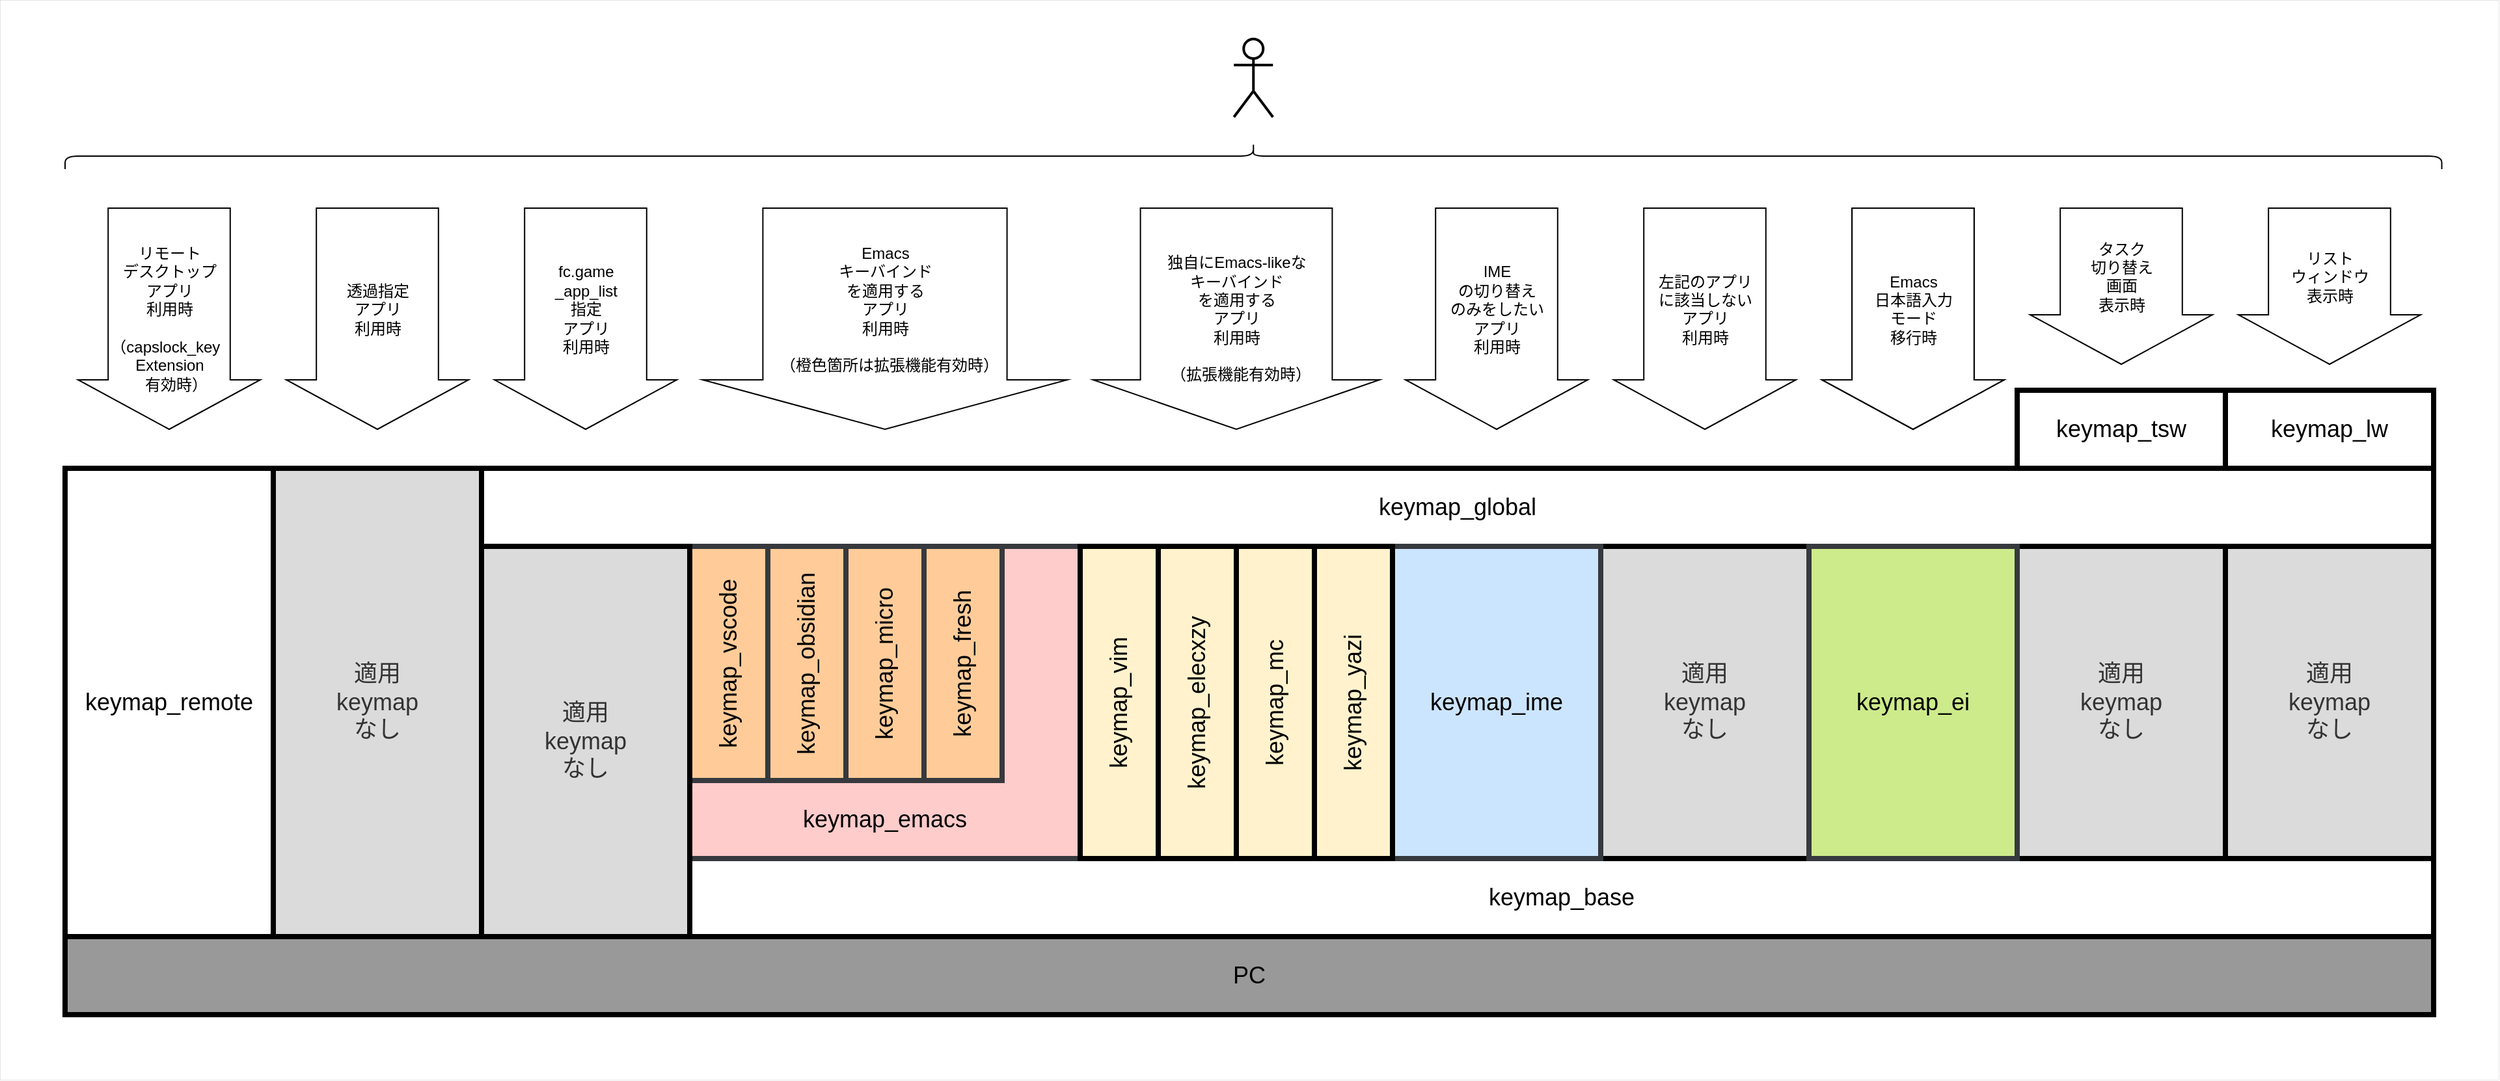
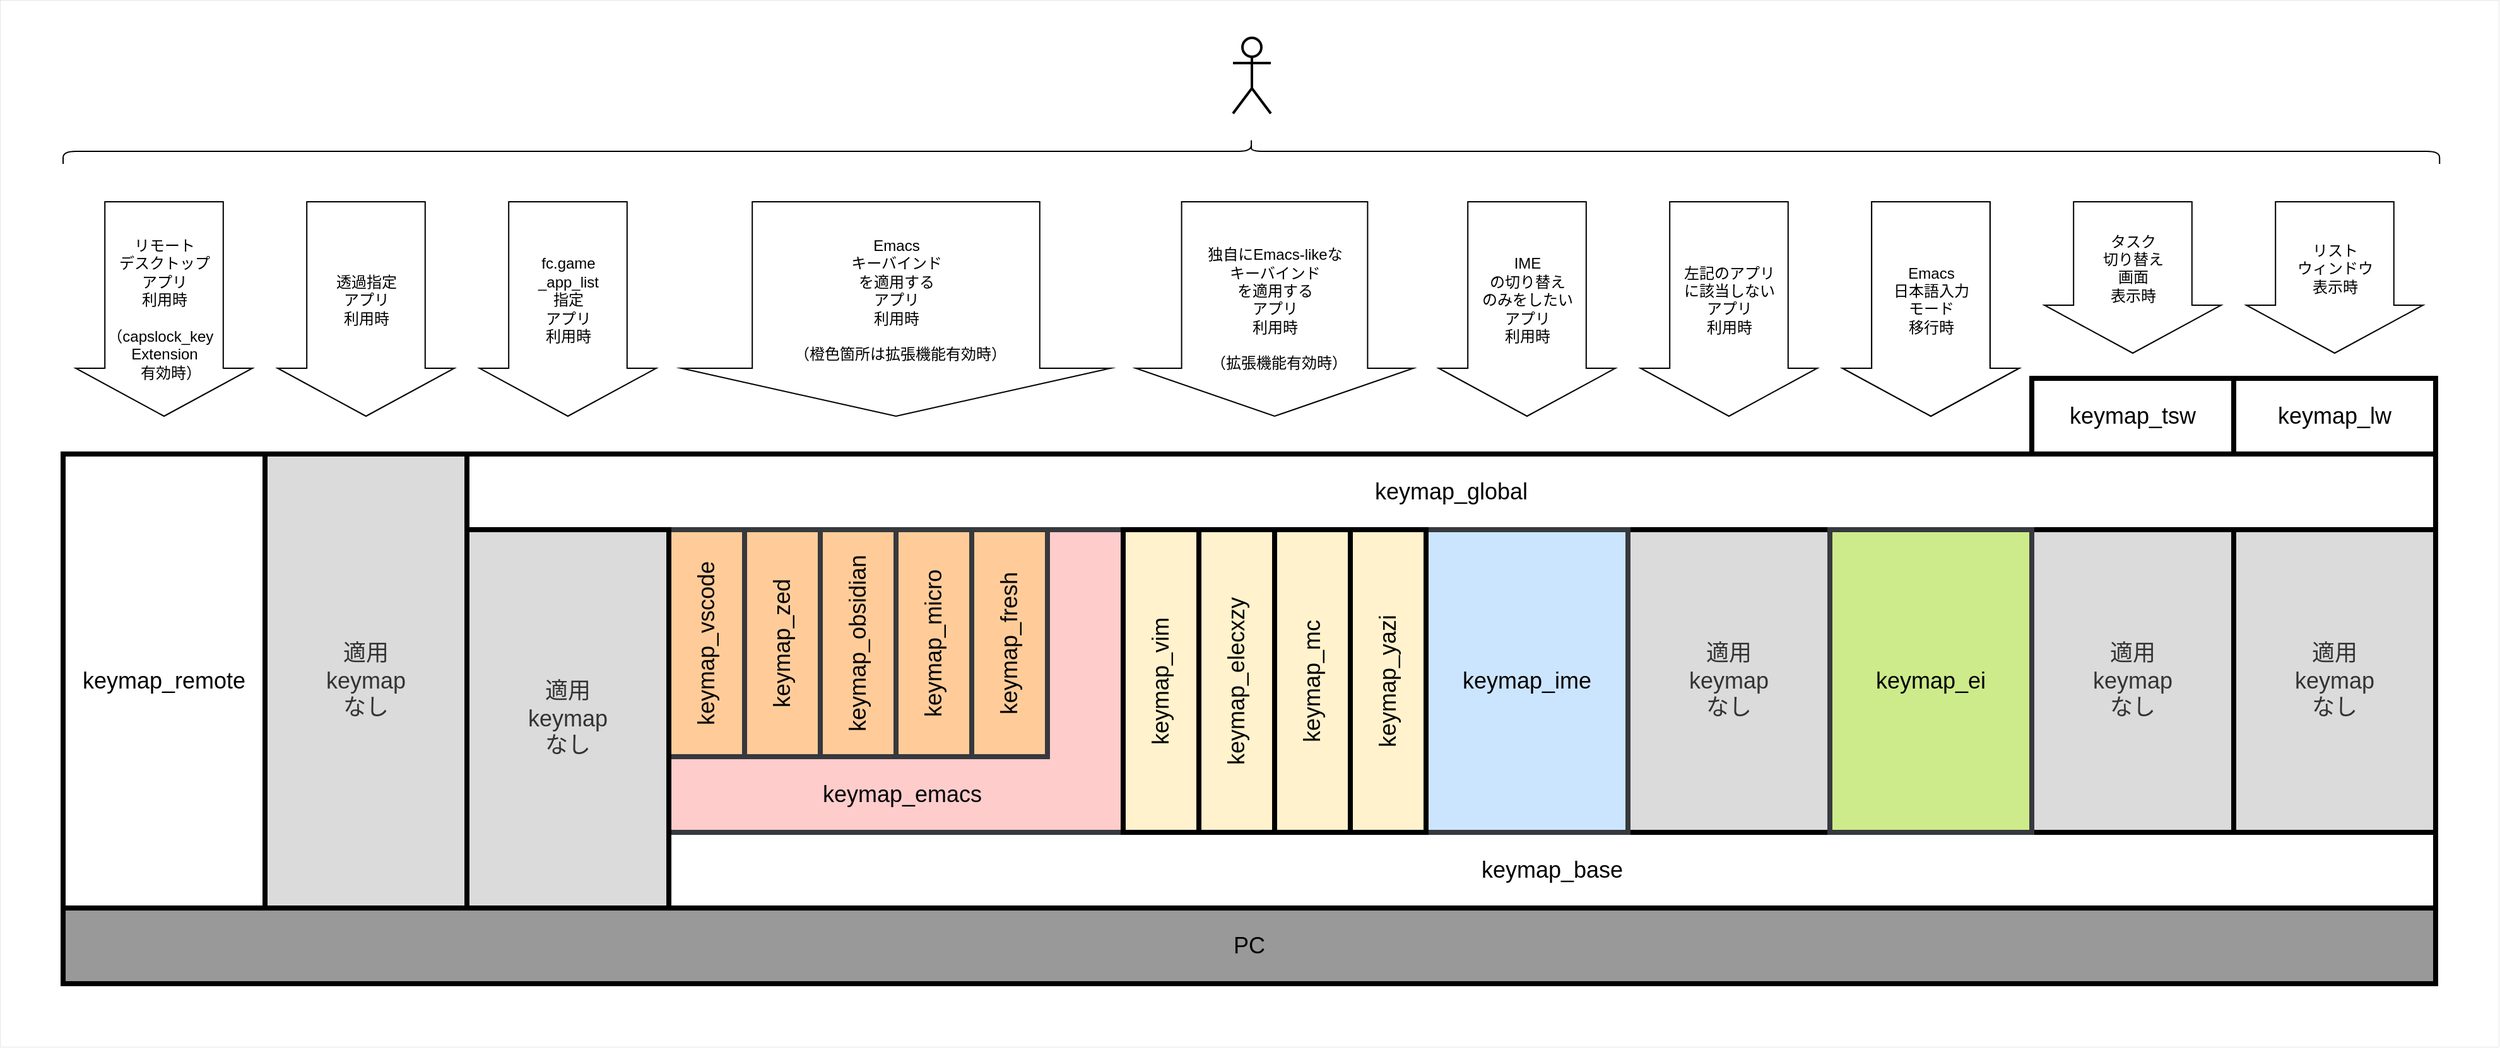
<mxfile host="Electron" agent="Mozilla/5.0 (Windows NT 10.0; Win64; x64) AppleWebKit/537.36 (KHTML, like Gecko) draw.io/29.6.1 Chrome/142.0.7444.265 Electron/39.8.0 Safari/537.36" version="29.6.1">
  <diagram name="ページ1" id="5GmA5azT59qMRVNA7XrL">
-     <mxGraphModel dx="2243" dy="624" grid="1" gridSize="10" guides="1" tooltips="1" connect="1" arrows="1" fold="1" page="1" pageScale="1" pageWidth="1169" pageHeight="827" math="0" shadow="0">
+     <mxGraphModel dx="3707" dy="1475" grid="1" gridSize="10" guides="1" tooltips="1" connect="1" arrows="1" fold="1" page="1" pageScale="1" pageWidth="1169" pageHeight="827" math="0" shadow="0">
      <root>
        <mxCell id="0" />
        <mxCell id="1" parent="0" />
        <mxCell id="R3ex-nuZuo4BqBKcZroz-3" parent="1" style="rounded=0;whiteSpace=wrap;html=1;strokeWidth=0;" value="" vertex="1">
-           <mxGeometry height="830" width="1920" x="-1120" y="80" as="geometry" />
+           <mxGeometry height="830" width="1980" x="-1120" y="80" as="geometry" />
        </mxCell>
        <mxCell id="ZNUdISC1LJWlkmwr6NwV-11" parent="1" style="rounded=0;whiteSpace=wrap;html=1;strokeWidth=4;fontSize=18;fillColor=#dbdbdb;fontColor=#333333;strokeColor=#000000;" value="適用&lt;br style=&quot;font-size: 18px;&quot;&gt;keymap&lt;br style=&quot;font-size: 18px;&quot;&gt;なし" vertex="1">
-           <mxGeometry height="240" width="160" x="110" y="500" as="geometry" />
+           <mxGeometry height="240" width="160" x="170" y="500" as="geometry" />
        </mxCell>
        <mxCell id="8uGnQqRoo8XHkAc7qmPf-10" parent="1" style="rounded=0;whiteSpace=wrap;html=1;strokeWidth=4;align=center;" value="&lt;font style=&quot;font-size: 18px;&quot;&gt;keymap_global&lt;br&gt;&lt;/font&gt;" vertex="1">
-           <mxGeometry height="60" width="1500" x="-750" y="440" as="geometry" />
+           <mxGeometry height="60" width="1560" x="-750" y="440" as="geometry" />
        </mxCell>
        <mxCell id="8uGnQqRoo8XHkAc7qmPf-1" parent="1" style="rounded=0;whiteSpace=wrap;html=1;strokeWidth=4;" value="&lt;font style=&quot;font-size: 18px;&quot;&gt;keymap_base&lt;/font&gt;" vertex="1">
-           <mxGeometry height="60" width="1340" x="-590" y="740" as="geometry" />
+           <mxGeometry height="60" width="1400" x="-590" y="740" as="geometry" />
        </mxCell>
        <mxCell id="8uGnQqRoo8XHkAc7qmPf-2" parent="1" style="rounded=0;whiteSpace=wrap;html=1;strokeWidth=4;fillColor=#ffcccc;strokeColor=#36393d;" value="&lt;div&gt;&lt;span style=&quot;background-color: transparent; color: light-dark(rgb(0, 0, 0), rgb(255, 255, 255)); font-size: 18px;&quot;&gt;&lt;br&gt;&lt;/span&gt;&lt;/div&gt;&lt;div&gt;&lt;span style=&quot;background-color: transparent; color: light-dark(rgb(0, 0, 0), rgb(255, 255, 255)); font-size: 18px;&quot;&gt;&lt;br&gt;&lt;/span&gt;&lt;/div&gt;&lt;div&gt;&lt;span style=&quot;background-color: transparent; color: light-dark(rgb(0, 0, 0), rgb(255, 255, 255)); font-size: 18px;&quot;&gt;&lt;br&gt;&lt;/span&gt;&lt;/div&gt;&lt;div&gt;&lt;span style=&quot;background-color: transparent; color: light-dark(rgb(0, 0, 0), rgb(255, 255, 255)); font-size: 18px;&quot;&gt;&lt;br&gt;&lt;/span&gt;&lt;/div&gt;&lt;div&gt;&lt;span style=&quot;background-color: transparent; color: light-dark(rgb(0, 0, 0), rgb(255, 255, 255)); font-size: 18px;&quot;&gt;&lt;br&gt;&lt;/span&gt;&lt;/div&gt;&lt;div&gt;&lt;span style=&quot;background-color: transparent; color: light-dark(rgb(0, 0, 0), rgb(255, 255, 255)); font-size: 18px;&quot;&gt;&lt;br&gt;&lt;/span&gt;&lt;/div&gt;&lt;div&gt;&lt;font style=&quot;font-size: 24px;&quot;&gt;&lt;br&gt;&lt;/font&gt;&lt;/div&gt;&lt;div&gt;&lt;span style=&quot;background-color: transparent; color: light-dark(rgb(0, 0, 0), rgb(255, 255, 255)); font-size: 18px;&quot;&gt;&lt;br&gt;&lt;/span&gt;&lt;/div&gt;&lt;div&gt;&lt;span style=&quot;background-color: transparent; color: light-dark(rgb(0, 0, 0), rgb(255, 255, 255)); font-size: 18px;&quot;&gt;keymap_emacs&lt;/span&gt;&lt;/div&gt;" vertex="1">
-           <mxGeometry height="240" width="300" x="-590" y="500" as="geometry" />
+           <mxGeometry height="240" width="370" x="-590" y="500" as="geometry" />
        </mxCell>
        <mxCell id="8uGnQqRoo8XHkAc7qmPf-4" parent="1" style="rounded=0;whiteSpace=wrap;html=1;strokeWidth=4;fillColor=#cce5ff;strokeColor=#36393d;" value="&lt;font style=&quot;font-size: 18px;&quot;&gt;keymap_ime&lt;/font&gt;" vertex="1">
-           <mxGeometry height="240" width="160" x="-50" y="500" as="geometry" />
+           <mxGeometry height="240" width="160" x="10" y="500" as="geometry" />
        </mxCell>
        <mxCell id="8uGnQqRoo8XHkAc7qmPf-7" parent="1" style="rounded=0;whiteSpace=wrap;html=1;strokeWidth=4;" value="&lt;font style=&quot;font-size: 18px;&quot;&gt;keymap_tsw&lt;/font&gt;" vertex="1">
-           <mxGeometry height="60" width="160" x="430" y="380" as="geometry" />
+           <mxGeometry height="60" width="160" x="490" y="380" as="geometry" />
        </mxCell>
        <mxCell id="8uGnQqRoo8XHkAc7qmPf-8" parent="1" style="rounded=0;whiteSpace=wrap;html=1;strokeWidth=4;" value="&lt;font style=&quot;font-size: 18px;&quot;&gt;keymap_lw&lt;/font&gt;" vertex="1">
-           <mxGeometry height="60" width="160" x="590" y="380" as="geometry" />
+           <mxGeometry height="60" width="160" x="650" y="380" as="geometry" />
        </mxCell>
        <mxCell id="8uGnQqRoo8XHkAc7qmPf-9" parent="1" style="rounded=0;whiteSpace=wrap;html=1;strokeWidth=4;fillColor=#ffcc99;strokeColor=#36393d;direction=west;container=0;verticalAlign=middle;flipV=0;rotation=-90;" value="&lt;font style=&quot;font-size: 18px;&quot;&gt;keymap_vscode&lt;/font&gt;" vertex="1">
          <mxGeometry height="60" width="180" x="-650" y="560" as="geometry" />
        </mxCell>
        <mxCell id="8uGnQqRoo8XHkAc7qmPf-16" parent="1" style="html=1;shadow=0;dashed=0;align=center;verticalAlign=middle;shape=mxgraph.arrows2.arrow;dy=0.33;dx=38;direction=south;notch=0;strokeWidth=1;" value="リスト&lt;br&gt;ウィンドウ&lt;br&gt;表示時&lt;br&gt;　" vertex="1">
-           <mxGeometry height="120" width="140" x="600" y="240" as="geometry" />
+           <mxGeometry height="120" width="140" x="660" y="240" as="geometry" />
        </mxCell>
        <mxCell id="8uGnQqRoo8XHkAc7qmPf-17" parent="1" style="html=1;shadow=0;dashed=0;align=center;verticalAlign=middle;shape=mxgraph.arrows2.arrow;dy=0.33;dx=38;direction=south;notch=0;strokeWidth=1;" value="タスク&lt;br&gt;切り替え&lt;br&gt;画面&lt;br&gt;表示時&lt;br&gt;　" vertex="1">
-           <mxGeometry height="120" width="140" x="440" y="240" as="geometry" />
+           <mxGeometry height="120" width="140" x="500" y="240" as="geometry" />
        </mxCell>
        <mxCell id="NDCZV5FXc2qCAnFAwnTU-1" parent="1" style="shape=curlyBracket;whiteSpace=wrap;html=1;rounded=1;flipH=1;labelPosition=right;verticalLabelPosition=middle;align=left;verticalAlign=middle;rotation=-90;" value="" vertex="1">
-           <mxGeometry height="1826.25" width="20" x="-166.87" y="-713.12" as="geometry" />
+           <mxGeometry height="1883.12" width="20" x="-138.44" y="-741.55" as="geometry" />
        </mxCell>
        <mxCell id="y4j9JO9H34aeiVaLA8et-1" parent="1" style="rounded=0;whiteSpace=wrap;html=1;strokeWidth=4;fontSize=18;fillColor=#dbdbdb;fontColor=#333333;strokeColor=#000000;" value="適用&lt;br style=&quot;font-size: 18px;&quot;&gt;keymap&lt;br style=&quot;font-size: 18px;&quot;&gt;なし" vertex="1">
-           <mxGeometry height="240" width="160" x="430" y="500" as="geometry" />
+           <mxGeometry height="240" width="160" x="490" y="500" as="geometry" />
        </mxCell>
        <mxCell id="y4j9JO9H34aeiVaLA8et-2" parent="1" style="rounded=0;whiteSpace=wrap;html=1;strokeWidth=4;fontSize=18;fillColor=#dbdbdb;fontColor=#333333;strokeColor=#000000;" value="適用&lt;br style=&quot;font-size: 18px;&quot;&gt;keymap&lt;br style=&quot;font-size: 18px;&quot;&gt;なし" vertex="1">
-           <mxGeometry height="240" width="160" x="590" y="500" as="geometry" />
+           <mxGeometry height="240" width="160" x="650" y="500" as="geometry" />
        </mxCell>
        <mxCell id="lBYjtZXbLTm1N8DoIs26-1" parent="1" style="rounded=0;whiteSpace=wrap;html=1;strokeWidth=4;fontSize=18;" value="keymap_remote" vertex="1">
          <mxGeometry height="360" width="160" x="-1070" y="440" as="geometry" />
        </mxCell>
        <mxCell id="lBYjtZXbLTm1N8DoIs26-3" parent="1" style="shape=umlActor;verticalLabelPosition=bottom;verticalAlign=top;html=1;strokeWidth=2;" value="" vertex="1">
-           <mxGeometry height="60" width="30" x="-171.87" y="110" as="geometry" />
+           <mxGeometry height="60" width="30" x="-143" y="110" as="geometry" />
        </mxCell>
        <mxCell id="8uGnQqRoo8XHkAc7qmPf-6" parent="1" style="rounded=0;whiteSpace=wrap;html=1;strokeWidth=4;fillColor=#cdeb8b;strokeColor=#36393d;" value="&lt;font style=&quot;font-size: 18px;&quot;&gt;keymap_ei&lt;/font&gt;" vertex="1">
-           <mxGeometry height="240" width="160" x="270" y="500" as="geometry" />
+           <mxGeometry height="240" width="160" x="330" y="500" as="geometry" />
        </mxCell>
        <mxCell id="8uGnQqRoo8XHkAc7qmPf-24" parent="1" style="rounded=0;whiteSpace=wrap;html=1;strokeWidth=4;fontSize=18;fillColor=#dbdbdb;fontColor=#333333;strokeColor=#000000;" value="適用&lt;br style=&quot;font-size: 18px;&quot;&gt;keymap&lt;br style=&quot;font-size: 18px;&quot;&gt;なし" vertex="1">
          <mxGeometry height="300" width="160" x="-750" y="500" as="geometry" />
        </mxCell>
        <mxCell id="8uGnQqRoo8XHkAc7qmPf-15" parent="1" style="rounded=0;whiteSpace=wrap;html=1;strokeWidth=4;fontSize=18;fillColor=#dbdbdb;fontColor=#333333;strokeColor=#000000;" value="適用&lt;br style=&quot;font-size: 18px;&quot;&gt;keymap&lt;br style=&quot;font-size: 18px;&quot;&gt;なし" vertex="1">
          <mxGeometry height="360" width="160" x="-910" y="440" as="geometry" />
        </mxCell>
        <mxCell id="9zCoiUO8UtqV8FVcG8kC-1" parent="1" style="rounded=0;whiteSpace=wrap;html=1;strokeWidth=4;fillColor=#999999;" value="&lt;font style=&quot;font-size: 18px;&quot;&gt;PC&lt;/font&gt;" vertex="1">
-           <mxGeometry height="60" width="1820" x="-1070" y="800" as="geometry" />
+           <mxGeometry height="60" width="1880" x="-1070" y="800" as="geometry" />
        </mxCell>
        <mxCell id="lBYjtZXbLTm1N8DoIs26-12" parent="1" style="html=1;shadow=0;dashed=0;align=center;verticalAlign=middle;shape=mxgraph.arrows2.arrow;dy=0.33;dx=38;direction=south;notch=0;strokeWidth=1;" value="リモート&lt;div&gt;デスクトップ&lt;/div&gt;&lt;div&gt;アプリ&lt;/div&gt;&lt;div&gt;利用時&lt;/div&gt;&lt;div&gt;&lt;br&gt;&lt;/div&gt;&lt;div&gt;&lt;div&gt;（capslock_key&amp;nbsp;&amp;nbsp;&lt;/div&gt;&lt;div&gt;Extension&lt;/div&gt;&lt;div&gt;&amp;nbsp; &amp;nbsp;有効時）&lt;/div&gt;&lt;/div&gt;" vertex="1">
          <mxGeometry height="170" width="140" x="-1060" y="240" as="geometry" />
        </mxCell>
        <mxCell id="8uGnQqRoo8XHkAc7qmPf-18" parent="1" style="html=1;shadow=0;dashed=0;align=center;verticalAlign=middle;shape=mxgraph.arrows2.arrow;dy=0.33;dx=38;direction=south;notch=0;strokeWidth=1;" value="Emacs&lt;br&gt;日本語入力&lt;br&gt;モード&lt;br&gt;移行時&lt;br&gt;　" vertex="1">
-           <mxGeometry height="170.00000000000003" width="140" x="280" y="240" as="geometry" />
+           <mxGeometry height="170.00000000000003" width="140" x="340" y="240" as="geometry" />
        </mxCell>
        <mxCell id="8uGnQqRoo8XHkAc7qmPf-19" parent="1" style="html=1;shadow=0;dashed=0;align=center;verticalAlign=middle;shape=mxgraph.arrows2.arrow;dy=0.33;dx=38;direction=south;notch=0;strokeWidth=1;" value="IME&lt;br&gt;の切り替え&lt;br&gt;のみをしたい&lt;br&gt;アプリ&lt;br&gt;利用時&lt;br&gt;　" vertex="1">
-           <mxGeometry height="170.00000000000003" width="140" x="-40" y="240" as="geometry" />
+           <mxGeometry height="170.00000000000003" width="140" x="20" y="240" as="geometry" />
        </mxCell>
        <mxCell id="8uGnQqRoo8XHkAc7qmPf-20" parent="1" style="html=1;shadow=0;dashed=0;align=center;verticalAlign=middle;shape=mxgraph.arrows2.arrow;dy=0.33;dx=38;direction=south;notch=0;strokeWidth=1;" value="Emacs&lt;br&gt;キーバインド&lt;br&gt;を適用する&lt;br&gt;アプリ&lt;br&gt;利用時&lt;br&gt;　&lt;br&gt;&lt;div&gt;（橙色箇所は拡張機能&lt;span style=&quot;background-color: initial; color: light-dark(rgb(0, 0, 0), rgb(255, 255, 255));&quot;&gt;有効時）&lt;/span&gt;&lt;span style=&quot;background-color: transparent; color: light-dark(rgb(0, 0, 0), rgb(255, 255, 255));&quot;&gt;　&lt;/span&gt;&lt;/div&gt;&lt;div&gt;&lt;br&gt;&lt;/div&gt;" vertex="1">
-           <mxGeometry height="170" width="280" x="-580" y="240" as="geometry" />
+           <mxGeometry height="170" width="340" x="-580" y="240" as="geometry" />
        </mxCell>
        <mxCell id="8uGnQqRoo8XHkAc7qmPf-21" parent="1" style="html=1;shadow=0;dashed=0;align=center;verticalAlign=middle;shape=mxgraph.arrows2.arrow;dy=0.33;dx=38;direction=south;notch=0;strokeWidth=1;" value="独自にEmacs-likeな&lt;br&gt;キーバインド&lt;br&gt;を適用する&lt;br&gt;アプリ&lt;br&gt;利用時&lt;br&gt;&lt;br&gt;（&lt;span style=&quot;background-color: transparent; color: light-dark(rgb(0, 0, 0), rgb(255, 255, 255));&quot;&gt;拡張機能&lt;/span&gt;&lt;span style=&quot;background-color: initial; color: light-dark(rgb(0, 0, 0), rgb(255, 255, 255));&quot;&gt;有効時）&lt;/span&gt;&lt;span style=&quot;background-color: transparent; color: light-dark(rgb(0, 0, 0), rgb(255, 255, 255));&quot;&gt;　&lt;/span&gt;" vertex="1">
-           <mxGeometry height="170" width="220" x="-280" y="240" as="geometry" />
+           <mxGeometry height="170" width="220" x="-220" y="240" as="geometry" />
        </mxCell>
        <mxCell id="8uGnQqRoo8XHkAc7qmPf-22" parent="1" style="html=1;shadow=0;dashed=0;align=center;verticalAlign=middle;shape=mxgraph.arrows2.arrow;dy=0.33;dx=38;direction=south;notch=0;strokeWidth=1;" value="fc.game&lt;br&gt;_app_list&lt;br&gt;指定&lt;br&gt;アプリ&lt;br&gt;利用時&lt;br&gt;　" vertex="1">
          <mxGeometry height="170.00000000000003" width="140" x="-740" y="240" as="geometry" />
        </mxCell>
        <mxCell id="8uGnQqRoo8XHkAc7qmPf-23" parent="1" style="html=1;shadow=0;dashed=0;align=center;verticalAlign=middle;shape=mxgraph.arrows2.arrow;dy=0.33;dx=38;direction=south;notch=0;strokeWidth=1;" value="透過指定&lt;br&gt;アプリ&lt;br&gt;利用時&lt;br&gt;　" vertex="1">
          <mxGeometry height="170.00000000000003" width="140" x="-900" y="240" as="geometry" />
        </mxCell>
        <mxCell id="ZNUdISC1LJWlkmwr6NwV-12" parent="1" style="html=1;shadow=0;dashed=0;align=center;verticalAlign=middle;shape=mxgraph.arrows2.arrow;dy=0.33;dx=38;direction=south;notch=0;strokeWidth=1;" value="左記のアプリ&lt;br&gt;に該当しない&lt;br&gt;アプリ&lt;br&gt;利用時&lt;br&gt;&amp;nbsp;" vertex="1">
-           <mxGeometry height="170.00000000000003" width="140" x="120" y="240" as="geometry" />
+           <mxGeometry height="170.00000000000003" width="140" x="180" y="240" as="geometry" />
        </mxCell>
        <mxCell id="Ipk6Pkl7LTSeYcfgV9gB-1" parent="1" style="html=1;shadow=0;dashed=0;align=center;verticalAlign=middle;shape=mxgraph.arrows2.arrow;dy=0.33;dx=38;direction=south;notch=0;strokeWidth=1;" value="Emacs&lt;br&gt;日本語入力&lt;br&gt;モード&lt;br&gt;移行時&lt;br&gt;　" vertex="1">
-           <mxGeometry height="170.00000000000003" width="140" x="280" y="240" as="geometry" />
+           <mxGeometry height="170.00000000000003" width="140" x="340" y="240" as="geometry" />
        </mxCell>
        <mxCell id="mWPYtydvubT1nRCa9uvk-1" parent="1" style="rounded=0;whiteSpace=wrap;html=1;strokeWidth=4;fillColor=#ffcc99;strokeColor=#36393d;direction=west;container=0;verticalAlign=middle;flipV=0;rotation=-90;" value="&lt;font style=&quot;font-size: 18px;&quot;&gt;keymap_obsidian&lt;/font&gt;" vertex="1">
-           <mxGeometry height="60" width="180" x="-590" y="560" as="geometry" />
+           <mxGeometry height="60" width="180" x="-530" y="560" as="geometry" />
        </mxCell>
        <mxCell id="mWPYtydvubT1nRCa9uvk-2" parent="1" style="rounded=0;whiteSpace=wrap;html=1;strokeWidth=4;fillColor=#ffcc99;strokeColor=#36393d;direction=west;container=0;verticalAlign=middle;flipV=0;rotation=-90;" value="&lt;font style=&quot;font-size: 18px;&quot;&gt;keymap_micro&lt;/font&gt;" vertex="1">
-           <mxGeometry height="60" width="180" x="-530" y="560" as="geometry" />
+           <mxGeometry height="60" width="180" x="-470" y="560" as="geometry" />
        </mxCell>
        <mxCell id="mWPYtydvubT1nRCa9uvk-3" parent="1" style="rounded=0;whiteSpace=wrap;html=1;strokeWidth=4;fillColor=#ffcc99;strokeColor=#36393d;direction=west;container=0;verticalAlign=middle;flipV=0;rotation=-90;" value="&lt;font style=&quot;font-size: 18px;&quot;&gt;keymap_fresh&lt;/font&gt;" vertex="1">
-           <mxGeometry height="60" width="180" x="-470" y="560" as="geometry" />
+           <mxGeometry height="60" width="180" x="-410" y="560" as="geometry" />
        </mxCell>
        <mxCell id="mWPYtydvubT1nRCa9uvk-5" parent="1" style="rounded=0;whiteSpace=wrap;html=1;strokeWidth=4;fillColor=#fff2cc;strokeColor=#000000;direction=west;container=0;verticalAlign=middle;flipV=0;rotation=-90;" value="&lt;font style=&quot;font-size: 18px;&quot;&gt;keymap_mc&lt;/font&gt;" vertex="1">
+           <mxGeometry height="60" width="240" x="-200" y="590" as="geometry" />
+         </mxCell>
+         <mxCell id="mWPYtydvubT1nRCa9uvk-6" parent="1" style="rounded=0;whiteSpace=wrap;html=1;strokeWidth=4;fillColor=#fff2cc;strokeColor=#000000;direction=west;container=0;verticalAlign=middle;flipV=0;rotation=-90;" value="&lt;font style=&quot;font-size: 18px;&quot;&gt;keymap_yazi&lt;/font&gt;" vertex="1">
+           <mxGeometry height="60" width="240" x="-140" y="590" as="geometry" />
+         </mxCell>
+         <mxCell id="mWPYtydvubT1nRCa9uvk-7" parent="1" style="rounded=0;whiteSpace=wrap;html=1;strokeWidth=4;fillColor=#fff2cc;strokeColor=#000000;direction=west;container=0;verticalAlign=middle;flipV=0;rotation=-90;" value="&lt;font style=&quot;font-size: 18px;&quot;&gt;keymap_vim&lt;/font&gt;" vertex="1">
+           <mxGeometry height="60" width="240" x="-320" y="590" as="geometry" />
+         </mxCell>
+         <mxCell id="WFvNOOxhkWlRTgmYZDXa-3" parent="1" style="rounded=0;whiteSpace=wrap;html=1;strokeWidth=4;fillColor=#fff2cc;strokeColor=#000000;direction=west;container=0;verticalAlign=middle;flipV=0;rotation=-90;" value="&lt;font style=&quot;font-size: 18px;&quot;&gt;keymap_elecxzy&lt;/font&gt;" vertex="1">
          <mxGeometry height="60" width="240" x="-260" y="590" as="geometry" />
        </mxCell>
-         <mxCell id="mWPYtydvubT1nRCa9uvk-6" parent="1" style="rounded=0;whiteSpace=wrap;html=1;strokeWidth=4;fillColor=#fff2cc;strokeColor=#000000;direction=west;container=0;verticalAlign=middle;flipV=0;rotation=-90;" value="&lt;font style=&quot;font-size: 18px;&quot;&gt;keymap_yazi&lt;/font&gt;" vertex="1">
-           <mxGeometry height="60" width="240" x="-200" y="590" as="geometry" />
-         </mxCell>
-         <mxCell id="mWPYtydvubT1nRCa9uvk-7" parent="1" style="rounded=0;whiteSpace=wrap;html=1;strokeWidth=4;fillColor=#fff2cc;strokeColor=#000000;direction=west;container=0;verticalAlign=middle;flipV=0;rotation=-90;" value="&lt;font style=&quot;font-size: 18px;&quot;&gt;keymap_vim&lt;/font&gt;" vertex="1">
-           <mxGeometry height="60" width="240" x="-380" y="590" as="geometry" />
-         </mxCell>
-         <mxCell id="WFvNOOxhkWlRTgmYZDXa-3" parent="1" style="rounded=0;whiteSpace=wrap;html=1;strokeWidth=4;fillColor=#fff2cc;strokeColor=#000000;direction=west;container=0;verticalAlign=middle;flipV=0;rotation=-90;" value="&lt;font style=&quot;font-size: 18px;&quot;&gt;keymap_elecxzy&lt;/font&gt;" vertex="1">
-           <mxGeometry height="60" width="240" x="-320" y="590" as="geometry" />
+         <mxCell id="JklqQINTLw2xsHvrl06_-4" parent="1" style="rounded=0;whiteSpace=wrap;html=1;strokeWidth=4;fillColor=#ffcc99;strokeColor=#36393d;direction=west;container=0;verticalAlign=middle;flipV=0;rotation=-90;" value="&lt;font style=&quot;font-size: 18px;&quot;&gt;keymap_zed&lt;/font&gt;" vertex="1">
+           <mxGeometry height="60" width="180" x="-590" y="560" as="geometry" />
        </mxCell>
      </root>
    </mxGraphModel>
  </diagram>
</mxfile>
